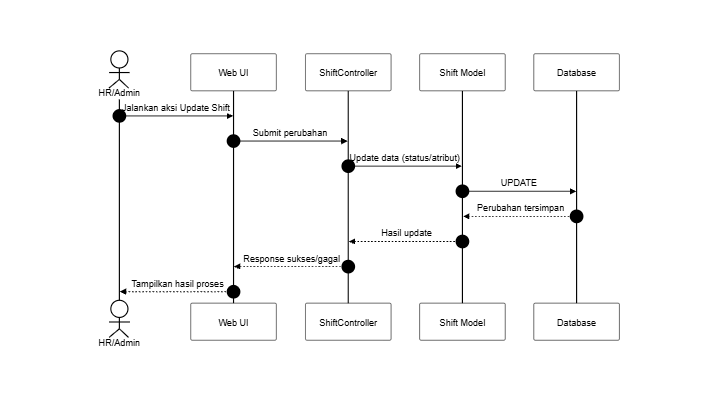
Earlier version of the Mermaid export docs/SequenceDiagram/PNG_Transparent/DataMasterShift-UpdateShift.png (SulaimanHafi23/SimpegRSHDI). Its source is kept beside it as docs/SequenceDiagram/DataMasterShift-UpdateShift.mermaid. The source it was exported from:
```mermaid
%%{init: {"theme": "base", "themeVariables": {"background": "#dddddd", "primaryColor": "#ffffff", "primaryBorderColor": "#000000", "primaryTextColor": "#000000", "lineColor": "#000000", "textColor": "#000000", "actorBkg": "#ffffff", "actorBorder": "#000000", "actorTextColor": "#000000", "activationBkgColor": "#ffffff", "activationBorderColor": "#000000", "signalColor": "#000000", "signalTextColor": "#000000", "labelBoxBkgColor": "#ffffff", "labelBoxBorderColor": "#000000", "labelTextColor": "#000000", "sequenceNumberColor": "#000000", "noteBkgColor": "#ffffff", "noteBorderColor": "#000000", "noteTextColor": "#000000"}, "sequence": {"useMaxWidth": true, "wrap": true, "messageFontSize": 12, "noteFontSize": 12}}}%%
sequenceDiagram
    autonumber
    actor A as HR/Admin
    participant UI as Web UI
    participant C as ShiftController
    participant M as Shift Model
    participant DB as Database

    A->>UI: Jalankan aksi Update Shift
    UI->>C: Submit perubahan
    C->>M: Update data (status/atribut)
    M->>DB: UPDATE
    DB-->>M: Perubahan tersimpan
    M-->>C: Hasil update
    C-->>UI: Response sukses/gagal
    UI-->>A: Tampilkan hasil proses
```
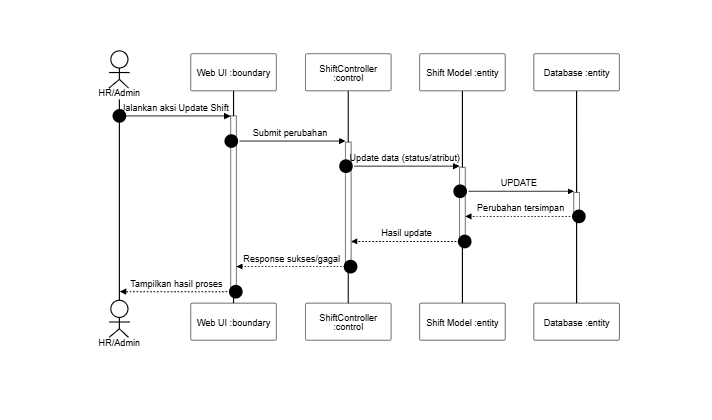
After the commit.

Diff of the diagram source:
```diff
@@ -2,16 +2,16 @@
 sequenceDiagram
     autonumber
     actor A as HR/Admin
-    participant UI as Web UI
-    participant C as ShiftController
-    participant M as Shift Model
-    participant DB as Database
+    participant UI as Web UI :boundary
+    participant C as ShiftController :control
+    participant M as Shift Model :entity
+    participant DB as Database :entity
 
-    A->>UI: Jalankan aksi Update Shift
-    UI->>C: Submit perubahan
-    C->>M: Update data (status/atribut)
-    M->>DB: UPDATE
-    DB-->>M: Perubahan tersimpan
-    M-->>C: Hasil update
-    C-->>UI: Response sukses/gagal
-    UI-->>A: Tampilkan hasil proses
+    A->>+UI: Jalankan aksi Update Shift
+    UI->>+C: Submit perubahan
+    C->>+M: Update data (status/atribut)
+    M->>+DB: UPDATE
+    DB-->>-M: Perubahan tersimpan
+    M-->>-C: Hasil update
+    C-->>-UI: Response sukses/gagal
+    UI-->>-A: Tampilkan hasil proses
```
